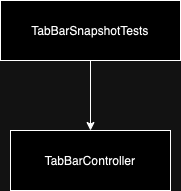
Earlier version of the draw.io export MarvelSampleTests/Tests/TabBarTests/TabBarSnapshotTests.drawio.png (hiren9697/MavelSample). Source tidied: cells renumbered, new cells last; positions are measured from the earlier drawing's top-left corner, leaving out a move shared by most shapes. Source of this version:
```xml
<mxGraphModel>
  <root>
    <mxCell id="0" />
    <mxCell id="1" parent="0" />
    <mxCell id="2" style="edgeStyle=orthogonalEdgeStyle;rounded=0;jettySize=auto;html=1;entryX=0.5;entryY=0;entryDx=0;entryDy=0;" parent="1" edge="1" source="3" target="4">
      <mxGeometry relative="1" as="geometry" />
    </mxCell>
    <mxCell id="3" value="TabBarSnapshotTests" style="rounded=0;whiteSpace=wrap;html=1;" parent="1" vertex="1">
      <mxGeometry width="180" height="60" as="geometry" />
    </mxCell>
    <mxCell id="4" value="TabBarController" style="rounded=0;whiteSpace=wrap;html=1;" parent="1" vertex="1">
      <mxGeometry x="10" y="130" width="160" height="60" as="geometry" />
    </mxCell>
  </root>
</mxGraphModel>
```
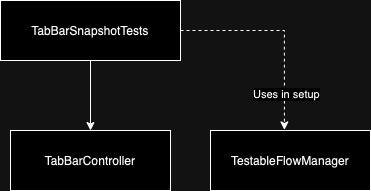
Above is the later version.

What changed in the source:
```diff
@@ -11,5 +11,14 @@
     <mxCell id="4" value="TabBarController" style="rounded=0;whiteSpace=wrap;html=1;" parent="1" vertex="1">
       <mxGeometry x="10" y="130" width="160" height="60" as="geometry" />
     </mxCell>
+    <mxCell id="5" value="TestableFlowManager" style="rounded=0;whiteSpace=wrap;html=1;" parent="1" vertex="1">
+      <mxGeometry x="210" y="130" width="160" height="60" as="geometry" />
+    </mxCell>
+    <mxCell id="6" style="edgeStyle=orthogonalEdgeStyle;rounded=0;jettySize=auto;html=1;entryX=0.462;entryY=-0.01;entryDx=0;entryDy=0;entryPerimeter=0;dashed=1;" parent="1" edge="1" source="3" target="5">
+      <mxGeometry relative="1" as="geometry" />
+    </mxCell>
+    <mxCell id="7" value="Uses in setup" style="edgeLabel;html=1;align=center;verticalAlign=middle;" parent="6" vertex="1">
+      <mxGeometry x="0.65" y="2" relative="1" as="geometry" />
+    </mxCell>
   </root>
 </mxGraphModel>
```
